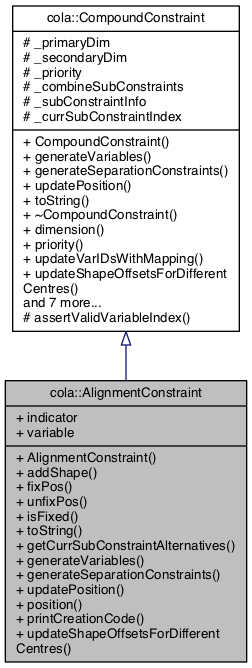
Above: documentation/classcola_1_1AlignmentConstraint__inherit__graph.png in mjwybrow/adaptagrams (Graphviz), before the change. Its source is kept beside it as documentation/classcola_1_1AlignmentConstraint__inherit__graph.dot.
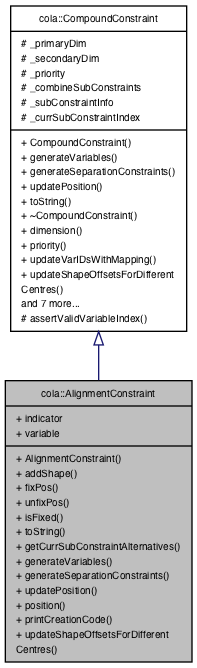
After the change.

What changed in the source:
```diff
@@ -2,7 +2,7 @@
 {
   edge [fontname="Helvetica",fontsize="10",labelfontname="Helvetica",labelfontsize="10"];
   node [fontname="Helvetica",fontsize="10",shape=record];
-  Node1 [label="{cola::AlignmentConstraint\n|+ indicator\l+ variable\l|+ AlignmentConstraint()\l+ addShape()\l+ fixPos()\l+ unfixPos()\l+ isFixed()\l+ toString()\l+ getCurrSubConstraintAlternatives()\l+ generateVariables()\l+ generateSeparationConstraints()\l+ updatePosition()\l+ position()\l+ printCreationCode()\l+ updateShapeOffsetsForDifferent\lCentres()\l}",height=0.2,width=0.4,color="black", fillcolor="grey75", style="filled", fontcolor="black"];
-  Node2 -> Node1 [dir="back",color="midnightblue",fontsize="10",style="solid",arrowtail="onormal",fontname="Helvetica"];
-  Node2 [label="{cola::CompoundConstraint\n|# _primaryDim\l# _secondaryDim\l# _priority\l# _combineSubConstraints\l# _subConstraintInfo\l# _currSubConstraintIndex\l|+ CompoundConstraint()\l+ generateVariables()\l+ generateSeparationConstraints()\l+ updatePosition()\l+ toString()\l+ ~CompoundConstraint()\l+ dimension()\l+ priority()\l+ updateVarIDsWithMapping()\l+ updateShapeOffsetsForDifferent\lCentres()\land 7 more...\l# assertValidVariableIndex()\l}",height=0.2,width=0.4,color="black", fillcolor="white", style="filled",URL="$classcola_1_1CompoundConstraint.html",tooltip="An abstract base class for all high-level compound constraints. "];
+  Node0 [label="{cola::AlignmentConstraint\n|+ indicator\l+ variable\l|+ AlignmentConstraint()\l+ addShape()\l+ fixPos()\l+ unfixPos()\l+ isFixed()\l+ toString()\l+ getCurrSubConstraintAlternatives()\l+ generateVariables()\l+ generateSeparationConstraints()\l+ updatePosition()\l+ position()\l+ printCreationCode()\l+ updateShapeOffsetsForDifferent\lCentres()\l}",height=0.2,width=0.4,color="black", fillcolor="grey75", style="filled", fontcolor="black"];
+  Node1 -> Node0 [dir="back",color="midnightblue",fontsize="10",style="solid",arrowtail="onormal",fontname="Helvetica"];
+  Node1 [label="{cola::CompoundConstraint\n|# _primaryDim\l# _secondaryDim\l# _priority\l# _combineSubConstraints\l# _subConstraintInfo\l# _currSubConstraintIndex\l|+ CompoundConstraint()\l+ generateVariables()\l+ generateSeparationConstraints()\l+ updatePosition()\l+ toString()\l+ ~CompoundConstraint()\l+ dimension()\l+ priority()\l+ updateVarIDsWithMapping()\l+ updateShapeOffsetsForDifferent\lCentres()\land 7 more...\l# assertValidVariableIndex()\l}",height=0.2,width=0.4,color="black", fillcolor="white", style="filled",URL="$classcola_1_1CompoundConstraint.html",tooltip="An abstract base class for all high-level compound constraints. "];
 }
```
